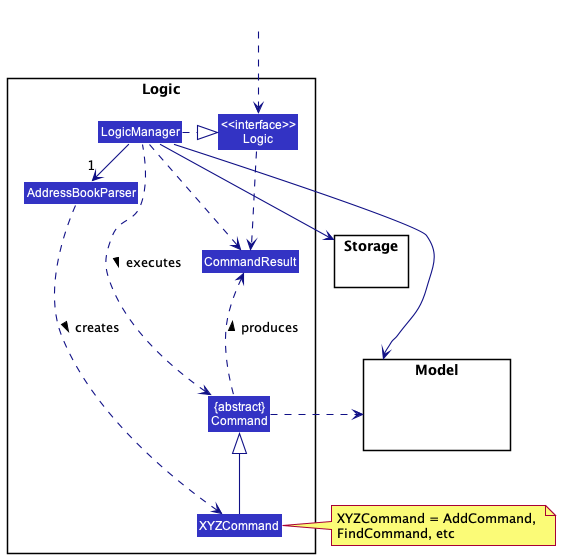
The PlantUML diagram docs/images/LogicClassDiagram.png in nus-cs2103-AY2223S2/tp, before a commit.
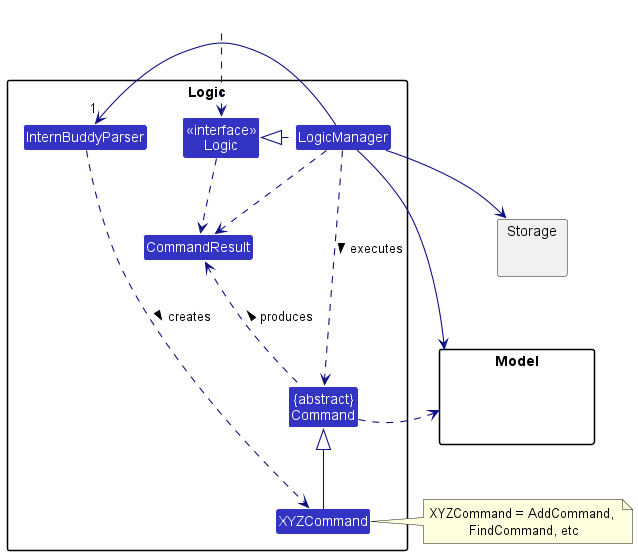
Later version of the same file.

Commit message:
Update logic class diagram

What changed in the source:
```diff
@@ -6,14 +6,12 @@
 
 package Logic {
 
-Class AddressBookParser
+Class InternBuddyParser
 Class XYZCommand
 Class CommandResult
 Class "{abstract}\nCommand" as Command
-
-
-Class "<<interface>>\nLogic" as Logic
 Class LogicManager
+Class "<<interface>>\nLogic" as LogicInterface
 }
 
 package Model{
@@ -24,23 +22,22 @@
 }
 
 Class HiddenOutside #FFFFFF
-HiddenOutside ..> Logic
+HiddenOutside ..> LogicInterface
 
-LogicManager .right.|> Logic
-LogicManager -right->"1" AddressBookParser
-AddressBookParser ..> XYZCommand : creates >
+LogicManager .left.|> LogicInterface
+LogicManager -left->"1" InternBuddyParser
+InternBuddyParser ..> XYZCommand : creates >
 
 XYZCommand -up-|> Command
-LogicManager .left.> Command : executes >
+LogicManager .right.> Command : executes >
 
 LogicManager --> Model
 LogicManager --> Storage
 Storage --[hidden] Model
-Command .[hidden]up.> Storage
 Command .right.> Model
 note right of XYZCommand: XYZCommand = AddCommand, \nFindCommand, etc
 
-Logic ..> CommandResult
+LogicInterface ..> CommandResult
 LogicManager .down.> CommandResult
 Command .up.> CommandResult : produces >
 @enduml
```
